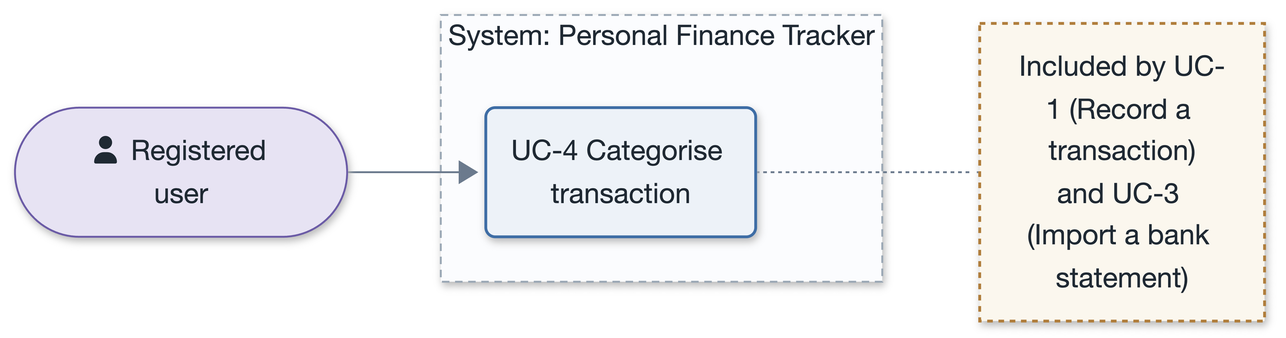
rtym/sei-architecture-methodology keeps this Mermaid diagram as examples/personal-finance-tracker-mermaid/drivers/use-cases/diagrams/UC-4.png. Above is the earlier version. Its source is kept beside it as examples/personal-finance-tracker-mermaid/drivers/use-cases/diagrams/UC-4.mmd. Source of this version:
```mermaid
flowchart LR
  pa(["fa:fa-user Registered user"])
  subgraph sys["System: Personal Finance Tracker"]
    uc4("UC-4 Categorise transaction")
  end
  pa --> uc4
  note["Included by UC-1 (Record a transaction)<br/>and UC-3 (Import a bank statement)"]
  uc4 -.- note
  classDef source   fill:#E7E3F3,stroke:#6B5BA6,color:#1F2933;
  classDef artifact fill:#EDF2F8,stroke:#3E6DA5,color:#1F2933;
  classDef note      fill:#FBF7EE,stroke:#B07D3B,color:#1F2933,stroke-dasharray: 3 3;
  class pa source
  class uc4 artifact
  class note note
```
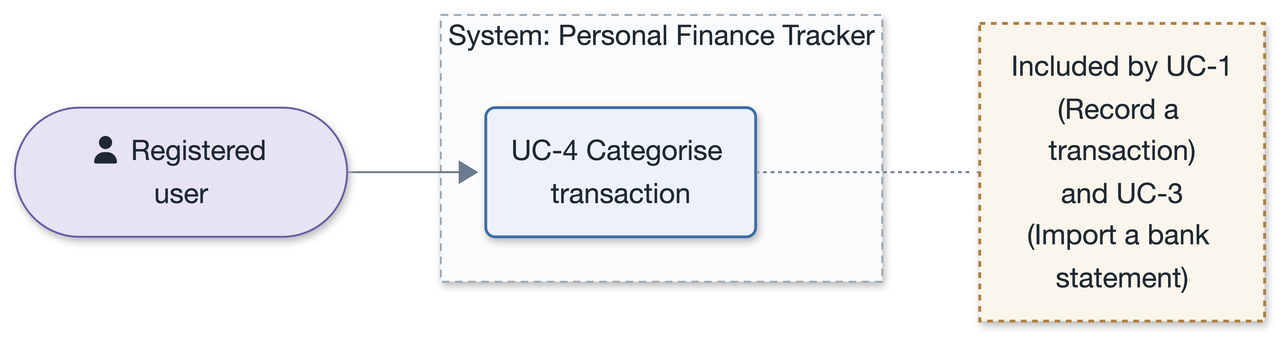
After the change.

Change to the diagram source:
```diff
@@ -4,11 +4,11 @@
     uc4("UC-4 Categorise transaction")
   end
   pa --> uc4
-  note["Included by UC-1 (Record a transaction)<br/>and UC-3 (Import a bank statement)"]
+  note["Included by UC-1<br/>(Record a transaction)<br/>and UC-3<br/>(Import a bank statement)"]
   uc4 -.- note
   classDef source   fill:#E7E3F3,stroke:#6B5BA6,color:#1F2933;
   classDef artifact fill:#EDF2F8,stroke:#3E6DA5,color:#1F2933;
-  classDef note      fill:#FBF7EE,stroke:#B07D3B,color:#1F2933,stroke-dasharray: 3 3;
+  classDef note      fill:#FBF6EC,stroke:#B07D3B,color:#1F2933,stroke-dasharray: 3 3;
   class pa source
   class uc4 artifact
   class note note
```
